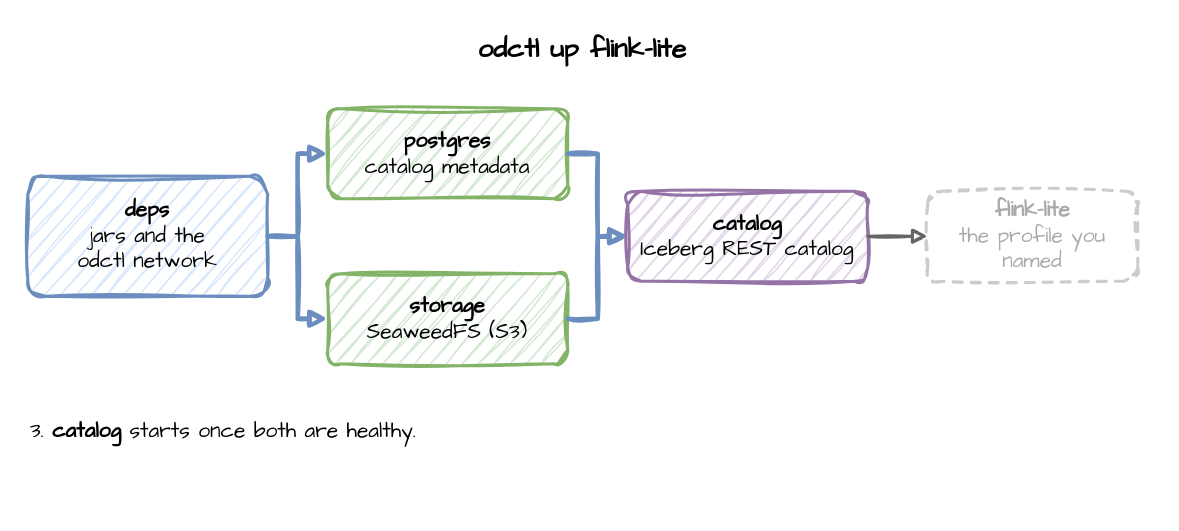
Before: page "Step 3" (3 of 4) of docs/images/odctl-up.drawio in jaehyeon-kim/odctl, a draw.io diagram. Source tidied: cells renumbered, new cells numbered last; positions are measured from the earlier drawing's top-left corner, leaving out a move shared by most shapes. Both pictures are drawn from the tidied source at 150%, with x=0, y=0 at pixel (27, 26).
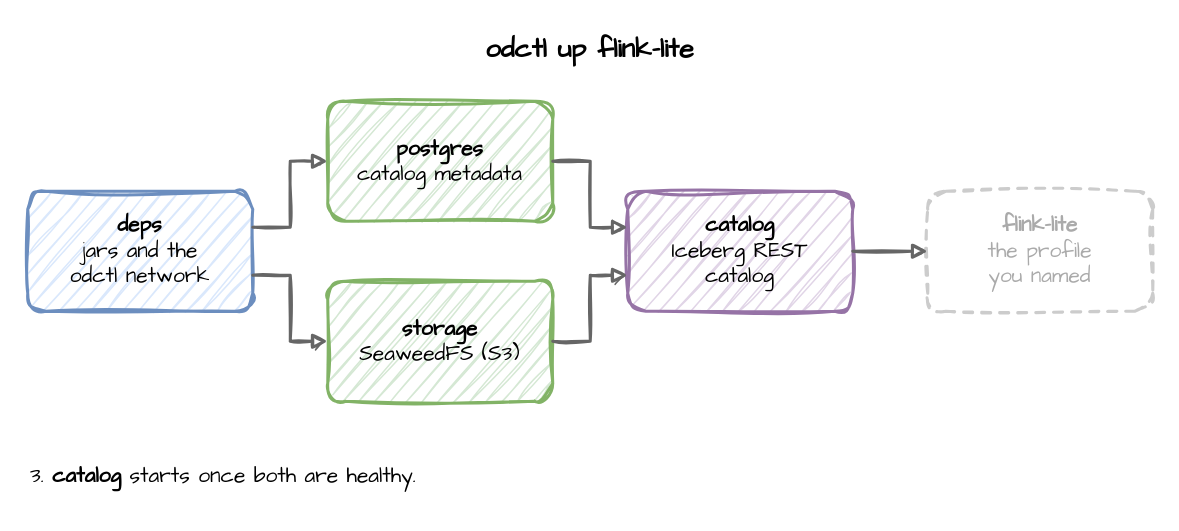
The same diagram, later.

Diff of the diagram source:
```diff
@@
 <mxGraphModel>
   <root>
     <mxCell id="0" />
     <mxCell id="1" parent="0" />
     <mxCell id="2" value="odctl up flink-lite" style="text;html=1;align=center;verticalAlign=middle;whiteSpace=wrap;fontFamily=Comic Sans MS;fontSize=18;fontStyle=1;" parent="1" vertex="1">
-      <mxGeometry width="740" height="30" as="geometry" />
+      <mxGeometry width="750" height="30" as="geometry" />
     </mxCell>
     <mxCell id="3" value="&lt;b&gt;deps&lt;/b&gt;&lt;br&gt;jars and the&lt;br&gt;odctl network" style="rounded=1;whiteSpace=wrap;html=1;sketch=1;curveFitting=1;jiggle=2;fontFamily=Comic Sans MS;fontSize=14;strokeWidth=2;fillColor=#dae8fc;strokeColor=#6c8ebf;" parent="1" vertex="1">
-      <mxGeometry y="100" width="160" height="80" as="geometry" />
+      <mxGeometry y="110" width="150" height="80" as="geometry" />
     </mxCell>
     <mxCell id="4" value="&lt;b&gt;postgres&lt;/b&gt;&lt;br&gt;catalog metadata" style="rounded=1;whiteSpace=wrap;html=1;sketch=1;curveFitting=1;jiggle=2;fontFamily=Comic Sans MS;fontSize=14;strokeWidth=2;fillColor=#d5e8d4;strokeColor=#82b366;" parent="1" vertex="1">
-      <mxGeometry x="200" y="55" width="160" height="60" as="geometry" />
+      <mxGeometry x="200" y="50" width="150" height="80" as="geometry" />
     </mxCell>
     <mxCell id="5" value="&lt;b&gt;storage&lt;/b&gt;&lt;br&gt;SeaweedFS (S3)" style="rounded=1;whiteSpace=wrap;html=1;sketch=1;curveFitting=1;jiggle=2;fontFamily=Comic Sans MS;fontSize=14;strokeWidth=2;fillColor=#d5e8d4;strokeColor=#82b366;" parent="1" vertex="1">
-      <mxGeometry x="200" y="165" width="160" height="60" as="geometry" />
+      <mxGeometry x="200" y="170" width="150" height="80" as="geometry" />
     </mxCell>
-    <mxCell id="6" value="&lt;b&gt;catalog&lt;/b&gt;&lt;br&gt;Iceberg REST catalog" style="rounded=1;whiteSpace=wrap;html=1;sketch=1;curveFitting=1;jiggle=2;fontFamily=Comic Sans MS;fontSize=14;strokeWidth=2;fillColor=#e1d5e7;strokeColor=#9673a6;" parent="1" vertex="1">
-      <mxGeometry x="400" y="110" width="160" height="60" as="geometry" />
+    <mxCell id="6" value="&lt;b&gt;catalog&lt;/b&gt;&lt;br&gt;Iceberg REST&lt;br&gt;catalog" style="rounded=1;whiteSpace=wrap;html=1;sketch=1;curveFitting=1;jiggle=2;fontFamily=Comic Sans MS;fontSize=14;strokeWidth=2;fillColor=#e1d5e7;strokeColor=#9673a6;" parent="1" vertex="1">
+      <mxGeometry x="400" y="110" width="150" height="80" as="geometry" />
     </mxCell>
-    <mxCell id="7" value="&lt;b&gt;flink-lite&lt;/b&gt;&lt;br&gt;the profile you named" style="rounded=1;whiteSpace=wrap;html=1;sketch=1;curveFitting=1;jiggle=2;fontFamily=Comic Sans MS;fontSize=14;strokeWidth=2;fillColor=#ffffff;strokeColor=#cccccc;fontColor=#aaaaaa;dashed=1;" parent="1" vertex="1">
-      <mxGeometry x="600" y="110" width="140" height="60" as="geometry" />
+    <mxCell id="7" value="&lt;b&gt;flink-lite&lt;/b&gt;&lt;br&gt;the profile&lt;br&gt;you named" style="rounded=1;whiteSpace=wrap;html=1;sketch=1;curveFitting=1;jiggle=2;fontFamily=Comic Sans MS;fontSize=14;strokeWidth=2;fillColor=#ffffff;strokeColor=#cccccc;fontColor=#aaaaaa;dashed=1;" parent="1" vertex="1">
+      <mxGeometry x="600" y="110" width="150" height="80" as="geometry" />
     </mxCell>
-    <mxCell id="8" style="edgeStyle=orthogonalEdgeStyle;rounded=0;sketch=1;html=1;endArrow=block;fontFamily=Comic Sans MS;fontSize=13;labelBackgroundColor=#ffffff;strokeWidth=3;strokeColor=#6c8ebf;" parent="1" edge="1" source="3" target="4">
+    <mxCell id="8" style="edgeStyle=orthogonalEdgeStyle;rounded=0;sketch=1;html=1;endArrow=block;fontFamily=Comic Sans MS;fontSize=13;labelBackgroundColor=#ffffff;strokeWidth=2;strokeColor=#666666;exitX=1;exitY=0.3;exitDx=0;exitDy=0;entryX=0;entryY=0.5;entryDx=0;entryDy=0;" parent="1" edge="1" source="3" target="4">
       <mxGeometry relative="1" as="geometry" />
     </mxCell>
-    <mxCell id="9" style="edgeStyle=orthogonalEdgeStyle;rounded=0;sketch=1;html=1;endArrow=block;fontFamily=Comic Sans MS;fontSize=13;labelBackgroundColor=#ffffff;strokeWidth=3;strokeColor=#6c8ebf;" parent="1" edge="1" source="3" target="5">
+    <mxCell id="9" style="edgeStyle=orthogonalEdgeStyle;rounded=0;sketch=1;html=1;endArrow=block;fontFamily=Comic Sans MS;fontSize=13;labelBackgroundColor=#ffffff;strokeWidth=2;strokeColor=#666666;exitX=1;exitY=0.7;exitDx=0;exitDy=0;entryX=0;entryY=0.5;entryDx=0;entryDy=0;" parent="1" edge="1" source="3" target="5">
       <mxGeometry relative="1" as="geometry" />
     </mxCell>
-    <mxCell id="10" style="edgeStyle=orthogonalEdgeStyle;rounded=0;sketch=1;html=1;endArrow=block;fontFamily=Comic Sans MS;fontSize=13;labelBackgroundColor=#ffffff;strokeWidth=3;strokeColor=#6c8ebf;" parent="1" edge="1" source="4" target="6">
+    <mxCell id="10" style="edgeStyle=orthogonalEdgeStyle;rounded=0;sketch=1;html=1;endArrow=block;fontFamily=Comic Sans MS;fontSize=13;labelBackgroundColor=#ffffff;strokeWidth=2;strokeColor=#666666;exitX=1;exitY=0.5;exitDx=0;exitDy=0;entryX=0;entryY=0.3;entryDx=0;entryDy=0;" parent="1" edge="1" source="4" target="6">
       <mxGeometry relative="1" as="geometry" />
     </mxCell>
-    <mxCell id="11" style="edgeStyle=orthogonalEdgeStyle;rounded=0;sketch=1;html=1;endArrow=block;fontFamily=Comic Sans MS;fontSize=13;labelBackgroundColor=#ffffff;strokeWidth=3;strokeColor=#6c8ebf;" parent="1" edge="1" source="5" target="6">
+    <mxCell id="11" style="edgeStyle=orthogonalEdgeStyle;rounded=0;sketch=1;html=1;endArrow=block;fontFamily=Comic Sans MS;fontSize=13;labelBackgroundColor=#ffffff;strokeWidth=2;strokeColor=#666666;exitX=1;exitY=0.5;exitDx=0;exitDy=0;entryX=0;entryY=0.7;entryDx=0;entryDy=0;" parent="1" edge="1" source="5" target="6">
       <mxGeometry relative="1" as="geometry" />
     </mxCell>
     <mxCell id="12" style="edgeStyle=orthogonalEdgeStyle;rounded=0;sketch=1;html=1;endArrow=block;fontFamily=Comic Sans MS;fontSize=13;labelBackgroundColor=#ffffff;strokeWidth=2;strokeColor=#666666;" parent="1" edge="1" source="6" target="7">
       <mxGeometry relative="1" as="geometry" />
     </mxCell>
     <mxCell id="13" value="3. &lt;b&gt;catalog&lt;/b&gt; starts once both are healthy." style="text;html=1;align=left;verticalAlign=middle;whiteSpace=wrap;fontFamily=Comic Sans MS;fontSize=14;" parent="1" vertex="1">
-      <mxGeometry y="250" width="740" height="40" as="geometry" />
+      <mxGeometry y="280" width="750" height="40" as="geometry" />
     </mxCell>
   </root>
 </mxGraphModel>
```
